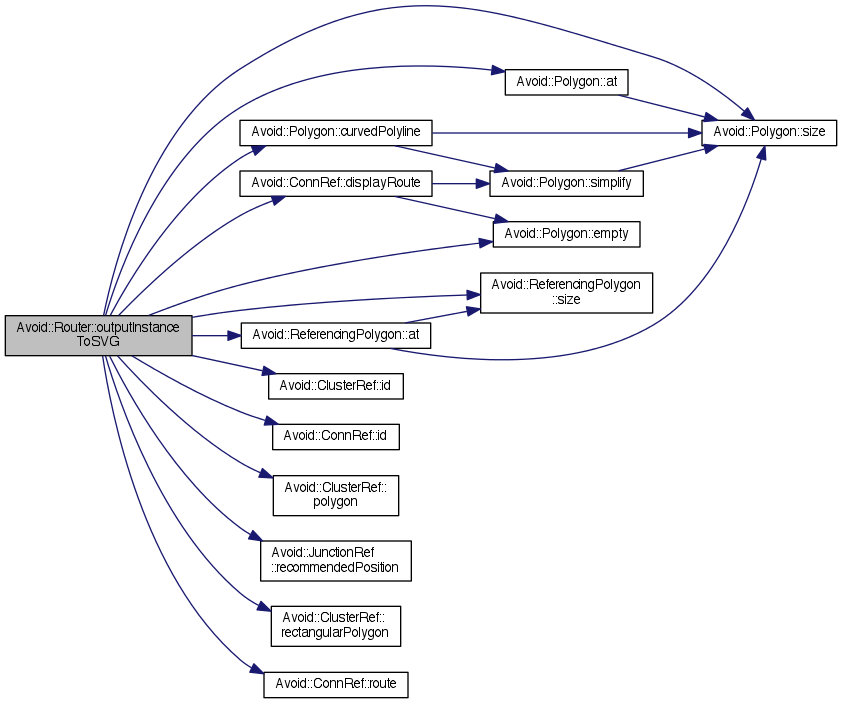
mjwybrow/adaptagrams keeps this Graphviz diagram as documentation/classAvoid_1_1Router_a458aae2d6447e0958e4916a8c29bbb47_cgraph.png. Above is the earlier version. Its source is kept beside it as documentation/classAvoid_1_1Router_a458aae2d6447e0958e4916a8c29bbb47_cgraph.dot. Source of this version:
```dot
digraph "Avoid::Router::outputInstanceToSVG"
{
  edge [fontname="Helvetica",fontsize="10",labelfontname="Helvetica",labelfontsize="10"];
  node [fontname="Helvetica",fontsize="10",shape=record];
  rankdir="LR";
  Node1 [label="Avoid::Router::outputInstance\lToSVG",height=0.2,width=0.4,color="black", fillcolor="grey75", style="filled" fontcolor="black"];
  Node1 -> Node2 [color="midnightblue",fontsize="10",style="solid",fontname="Helvetica"];
  Node2 [label="Avoid::Polygon::at",height=0.2,width=0.4,color="black", fillcolor="white", style="filled",URL="$classAvoid_1_1Polygon.html#a4980ff614840f746cc539a021128fc96",tooltip="Returns a specific point in the polygon."];
  Node2 -> Node3 [color="midnightblue",fontsize="10",style="solid",fontname="Helvetica"];
  Node3 [label="Avoid::Polygon::size",height=0.2,width=0.4,color="black", fillcolor="white", style="filled",URL="$classAvoid_1_1Polygon.html#a58c011bded47396fb1bbda2c1eeb9552",tooltip="Returns the number of points in this polygon."];
  Node1 -> Node4 [color="midnightblue",fontsize="10",style="solid",fontname="Helvetica"];
  Node4 [label="Avoid::ReferencingPolygon::at",height=0.2,width=0.4,color="black", fillcolor="white", style="filled",URL="$classAvoid_1_1ReferencingPolygon.html#a908d6fc6a1af577e7ab28be440329747",tooltip="Returns a specific point in the polygon."];
  Node4 -> Node3 [color="midnightblue",fontsize="10",style="solid",fontname="Helvetica"];
  Node4 -> Node5 [color="midnightblue",fontsize="10",style="solid",fontname="Helvetica"];
  Node5 [label="Avoid::ReferencingPolygon\l::size",height=0.2,width=0.4,color="black", fillcolor="white", style="filled",URL="$classAvoid_1_1ReferencingPolygon.html#af76ac706afca60dbef6d0bc2b69d8276",tooltip="Returns the number of points in this polygon."];
  Node1 -> Node6 [color="midnightblue",fontsize="10",style="solid",fontname="Helvetica"];
  Node6 [label="Avoid::Polygon::curvedPolyline",height=0.2,width=0.4,color="black", fillcolor="white", style="filled",URL="$classAvoid_1_1Polygon.html#a37c1371329c57705b74e8b557ca102ff",tooltip="Returns a curved approximation of this multi-segment PolyLine, with the corners replaced by smooth Be..."];
  Node6 -> Node7 [color="midnightblue",fontsize="10",style="solid",fontname="Helvetica"];
  Node7 [label="Avoid::Polygon::simplify",height=0.2,width=0.4,color="black", fillcolor="white", style="filled",URL="$classAvoid_1_1Polygon.html#a92f6c7f6bd7c144d408fe18a1b711bf3",tooltip="Returns a simplified Polyline, where all collinear line segments have been collapsed down into single..."];
  Node7 -> Node3 [color="midnightblue",fontsize="10",style="solid",fontname="Helvetica"];
  Node6 -> Node3 [color="midnightblue",fontsize="10",style="solid",fontname="Helvetica"];
  Node1 -> Node8 [color="midnightblue",fontsize="10",style="solid",fontname="Helvetica"];
  Node8 [label="Avoid::ConnRef::displayRoute",height=0.2,width=0.4,color="black", fillcolor="white", style="filled",URL="$classAvoid_1_1ConnRef.html#ab7462cd69bd1d2c4dd318119558b4a94",tooltip="Returns a reference to the current display version of the route for the connector."];
  Node8 -> Node9 [color="midnightblue",fontsize="10",style="solid",fontname="Helvetica"];
  Node9 [label="Avoid::Polygon::empty",height=0.2,width=0.4,color="black", fillcolor="white", style="filled",URL="$classAvoid_1_1Polygon.html#a972b0d1e8116907610b4a52973b255f4",tooltip="Returns true if this polygon is empty."];
  Node8 -> Node7 [color="midnightblue",fontsize="10",style="solid",fontname="Helvetica"];
  Node1 -> Node9 [color="midnightblue",fontsize="10",style="solid",fontname="Helvetica"];
  Node1 -> Node10 [color="midnightblue",fontsize="10",style="solid",fontname="Helvetica"];
  Node10 [label="Avoid::ClusterRef::id",height=0.2,width=0.4,color="black", fillcolor="white", style="filled",URL="$classAvoid_1_1ClusterRef.html#a3fa6590dec9dbd8ef8ca581ab6c2416f",tooltip="Returns the ID of this cluster."];
  Node1 -> Node11 [color="midnightblue",fontsize="10",style="solid",fontname="Helvetica"];
  Node11 [label="Avoid::ConnRef::id",height=0.2,width=0.4,color="black", fillcolor="white", style="filled",URL="$classAvoid_1_1ConnRef.html#a2bc4552e6d1b80c9ec38a971efb0d378",tooltip="Returns the ID of this connector."];
  Node1 -> Node12 [color="midnightblue",fontsize="10",style="solid",fontname="Helvetica"];
  Node12 [label="Avoid::ClusterRef::\lpolygon",height=0.2,width=0.4,color="black", fillcolor="white", style="filled",URL="$classAvoid_1_1ClusterRef.html#acd1fa20b079253d53d27abf50d2a8933",tooltip="Returns a reference to the polygon boundary of this cluster."];
  Node1 -> Node13 [color="midnightblue",fontsize="10",style="solid",fontname="Helvetica"];
  Node13 [label="Avoid::JunctionRef\l::recommendedPosition",height=0.2,width=0.4,color="black", fillcolor="white", style="filled",URL="$classAvoid_1_1JunctionRef.html#a404276b4132c4d21058f9b7220021124",tooltip="Returns a recommended position for the junction based on improving hyperedge routes. This value will be set during routing when the improveHyperedgeRoutesMovingJunctions router option is set (the default)."];
  Node1 -> Node14 [color="midnightblue",fontsize="10",style="solid",fontname="Helvetica"];
  Node14 [label="Avoid::ClusterRef::\lrectangularPolygon",height=0.2,width=0.4,color="black", fillcolor="white", style="filled",URL="$classAvoid_1_1ClusterRef.html#af7877b59ea4cb2939047f785382f8008",tooltip="Returns a reference to the rectangular boundary of this cluster."];
  Node1 -> Node15 [color="midnightblue",fontsize="10",style="solid",fontname="Helvetica"];
  Node15 [label="Avoid::ConnRef::route",height=0.2,width=0.4,color="black", fillcolor="white", style="filled",URL="$classAvoid_1_1ConnRef.html#a98f24407bc92dd5a28e7c9d60d28d38b",tooltip="Returns a reference to the current route for the connector."];
  Node1 -> Node3 [color="midnightblue",fontsize="10",style="solid",fontname="Helvetica"];
  Node1 -> Node5 [color="midnightblue",fontsize="10",style="solid",fontname="Helvetica"];
}
```
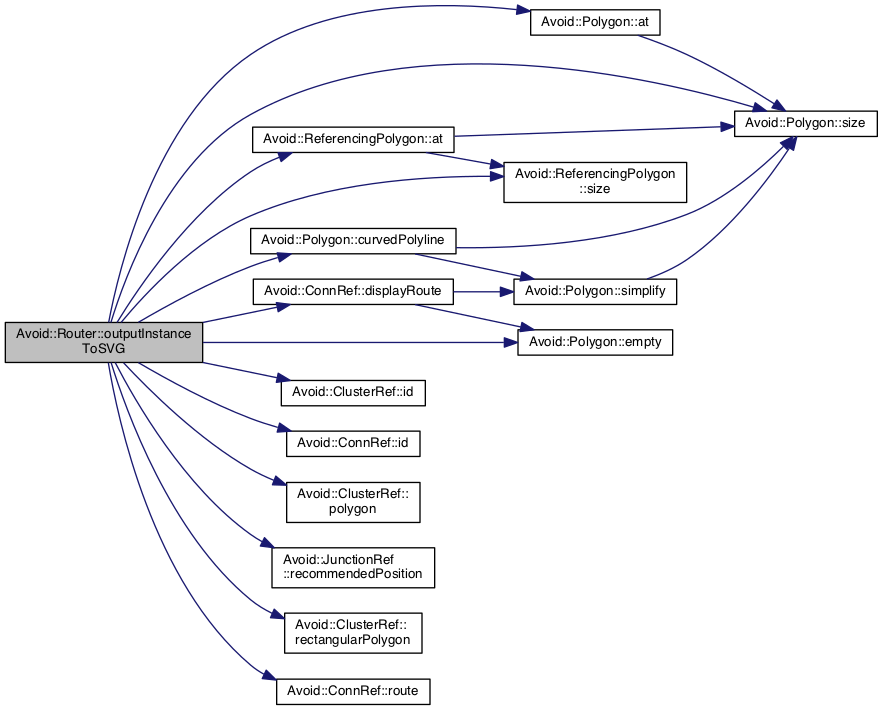
The same file after the commit.

What changed in the source:
```diff
@@ -3,16 +3,16 @@
   edge [fontname="Helvetica",fontsize="10",labelfontname="Helvetica",labelfontsize="10"];
   node [fontname="Helvetica",fontsize="10",shape=record];
   rankdir="LR";
-  Node1 [label="Avoid::Router::outputInstance\lToSVG",height=0.2,width=0.4,color="black", fillcolor="grey75", style="filled" fontcolor="black"];
+  Node1 [label="Avoid::Router::outputInstance\lToSVG",height=0.2,width=0.4,color="black", fillcolor="grey75", style="filled", fontcolor="black"];
   Node1 -> Node2 [color="midnightblue",fontsize="10",style="solid",fontname="Helvetica"];
-  Node2 [label="Avoid::Polygon::at",height=0.2,width=0.4,color="black", fillcolor="white", style="filled",URL="$classAvoid_1_1Polygon.html#a4980ff614840f746cc539a021128fc96",tooltip="Returns a specific point in the polygon."];
+  Node2 [label="Avoid::Polygon::at",height=0.2,width=0.4,color="black", fillcolor="white", style="filled",URL="$classAvoid_1_1Polygon.html#a4980ff614840f746cc539a021128fc96",tooltip="Returns a specific point in the polygon. "];
   Node2 -> Node3 [color="midnightblue",fontsize="10",style="solid",fontname="Helvetica"];
-  Node3 [label="Avoid::Polygon::size",height=0.2,width=0.4,color="black", fillcolor="white", style="filled",URL="$classAvoid_1_1Polygon.html#a58c011bded47396fb1bbda2c1eeb9552",tooltip="Returns the number of points in this polygon."];
+  Node3 [label="Avoid::Polygon::size",height=0.2,width=0.4,color="black", fillcolor="white", style="filled",URL="$classAvoid_1_1Polygon.html#a58c011bded47396fb1bbda2c1eeb9552",tooltip="Returns the number of points in this polygon. "];
   Node1 -> Node4 [color="midnightblue",fontsize="10",style="solid",fontname="Helvetica"];
-  Node4 [label="Avoid::ReferencingPolygon::at",height=0.2,width=0.4,color="black", fillcolor="white", style="filled",URL="$classAvoid_1_1ReferencingPolygon.html#a908d6fc6a1af577e7ab28be440329747",tooltip="Returns a specific point in the polygon."];
+  Node4 [label="Avoid::ReferencingPolygon::at",height=0.2,width=0.4,color="black", fillcolor="white", style="filled",URL="$classAvoid_1_1ReferencingPolygon.html#a908d6fc6a1af577e7ab28be440329747",tooltip="Returns a specific point in the polygon. "];
   Node4 -> Node3 [color="midnightblue",fontsize="10",style="solid",fontname="Helvetica"];
   Node4 -> Node5 [color="midnightblue",fontsize="10",style="solid",fontname="Helvetica"];
-  Node5 [label="Avoid::ReferencingPolygon\l::size",height=0.2,width=0.4,color="black", fillcolor="white", style="filled",URL="$classAvoid_1_1ReferencingPolygon.html#af76ac706afca60dbef6d0bc2b69d8276",tooltip="Returns the number of points in this polygon."];
+  Node5 [label="Avoid::ReferencingPolygon\l::size",height=0.2,width=0.4,color="black", fillcolor="white", style="filled",URL="$classAvoid_1_1ReferencingPolygon.html#af76ac706afca60dbef6d0bc2b69d8276",tooltip="Returns the number of points in this polygon. "];
   Node1 -> Node6 [color="midnightblue",fontsize="10",style="solid",fontname="Helvetica"];
   Node6 [label="Avoid::Polygon::curvedPolyline",height=0.2,width=0.4,color="black", fillcolor="white", style="filled",URL="$classAvoid_1_1Polygon.html#a37c1371329c57705b74e8b557ca102ff",tooltip="Returns a curved approximation of this multi-segment PolyLine, with the corners replaced by smooth Be..."];
   Node6 -> Node7 [color="midnightblue",fontsize="10",style="solid",fontname="Helvetica"];
@@ -20,23 +20,23 @@
   Node7 -> Node3 [color="midnightblue",fontsize="10",style="solid",fontname="Helvetica"];
   Node6 -> Node3 [color="midnightblue",fontsize="10",style="solid",fontname="Helvetica"];
   Node1 -> Node8 [color="midnightblue",fontsize="10",style="solid",fontname="Helvetica"];
-  Node8 [label="Avoid::ConnRef::displayRoute",height=0.2,width=0.4,color="black", fillcolor="white", style="filled",URL="$classAvoid_1_1ConnRef.html#ab7462cd69bd1d2c4dd318119558b4a94",tooltip="Returns a reference to the current display version of the route for the connector."];
+  Node8 [label="Avoid::ConnRef::displayRoute",height=0.2,width=0.4,color="black", fillcolor="white", style="filled",URL="$classAvoid_1_1ConnRef.html#ab7462cd69bd1d2c4dd318119558b4a94",tooltip="Returns a reference to the current display version of the route for the connector. "];
   Node8 -> Node9 [color="midnightblue",fontsize="10",style="solid",fontname="Helvetica"];
-  Node9 [label="Avoid::Polygon::empty",height=0.2,width=0.4,color="black", fillcolor="white", style="filled",URL="$classAvoid_1_1Polygon.html#a972b0d1e8116907610b4a52973b255f4",tooltip="Returns true if this polygon is empty."];
+  Node9 [label="Avoid::Polygon::empty",height=0.2,width=0.4,color="black", fillcolor="white", style="filled",URL="$classAvoid_1_1Polygon.html#a972b0d1e8116907610b4a52973b255f4",tooltip="Returns true if this polygon is empty. "];
   Node8 -> Node7 [color="midnightblue",fontsize="10",style="solid",fontname="Helvetica"];
   Node1 -> Node9 [color="midnightblue",fontsize="10",style="solid",fontname="Helvetica"];
   Node1 -> Node10 [color="midnightblue",fontsize="10",style="solid",fontname="Helvetica"];
-  Node10 [label="Avoid::ClusterRef::id",height=0.2,width=0.4,color="black", fillcolor="white", style="filled",URL="$classAvoid_1_1ClusterRef.html#a3fa6590dec9dbd8ef8ca581ab6c2416f",tooltip="Returns the ID of this cluster."];
+  Node10 [label="Avoid::ClusterRef::id",height=0.2,width=0.4,color="black", fillcolor="white", style="filled",URL="$classAvoid_1_1ClusterRef.html#a3fa6590dec9dbd8ef8ca581ab6c2416f",tooltip="Returns the ID of this cluster. "];
   Node1 -> Node11 [color="midnightblue",fontsize="10",style="solid",fontname="Helvetica"];
-  Node11 [label="Avoid::ConnRef::id",height=0.2,width=0.4,color="black", fillcolor="white", style="filled",URL="$classAvoid_1_1ConnRef.html#a2bc4552e6d1b80c9ec38a971efb0d378",tooltip="Returns the ID of this connector."];
+  Node11 [label="Avoid::ConnRef::id",height=0.2,width=0.4,color="black", fillcolor="white", style="filled",URL="$classAvoid_1_1ConnRef.html#a2bc4552e6d1b80c9ec38a971efb0d378",tooltip="Returns the ID of this connector. "];
   Node1 -> Node12 [color="midnightblue",fontsize="10",style="solid",fontname="Helvetica"];
-  Node12 [label="Avoid::ClusterRef::\lpolygon",height=0.2,width=0.4,color="black", fillcolor="white", style="filled",URL="$classAvoid_1_1ClusterRef.html#acd1fa20b079253d53d27abf50d2a8933",tooltip="Returns a reference to the polygon boundary of this cluster."];
+  Node12 [label="Avoid::ClusterRef::\lpolygon",height=0.2,width=0.4,color="black", fillcolor="white", style="filled",URL="$classAvoid_1_1ClusterRef.html#acd1fa20b079253d53d27abf50d2a8933",tooltip="Returns a reference to the polygon boundary of this cluster. "];
   Node1 -> Node13 [color="midnightblue",fontsize="10",style="solid",fontname="Helvetica"];
-  Node13 [label="Avoid::JunctionRef\l::recommendedPosition",height=0.2,width=0.4,color="black", fillcolor="white", style="filled",URL="$classAvoid_1_1JunctionRef.html#a404276b4132c4d21058f9b7220021124",tooltip="Returns a recommended position for the junction based on improving hyperedge routes. This value will be set during routing when the improveHyperedgeRoutesMovingJunctions router option is set (the default)."];
+  Node13 [label="Avoid::JunctionRef\l::recommendedPosition",height=0.2,width=0.4,color="black", fillcolor="white", style="filled",URL="$classAvoid_1_1JunctionRef.html#a404276b4132c4d21058f9b7220021124",tooltip="Returns a recommended position for the junction based on improving hyperedge routes. This value will be set during routing when the improveHyperedgeRoutesMovingJunctions router option is set (the default). "];
   Node1 -> Node14 [color="midnightblue",fontsize="10",style="solid",fontname="Helvetica"];
-  Node14 [label="Avoid::ClusterRef::\lrectangularPolygon",height=0.2,width=0.4,color="black", fillcolor="white", style="filled",URL="$classAvoid_1_1ClusterRef.html#af7877b59ea4cb2939047f785382f8008",tooltip="Returns a reference to the rectangular boundary of this cluster."];
+  Node14 [label="Avoid::ClusterRef::\lrectangularPolygon",height=0.2,width=0.4,color="black", fillcolor="white", style="filled",URL="$classAvoid_1_1ClusterRef.html#af7877b59ea4cb2939047f785382f8008",tooltip="Returns a reference to the rectangular boundary of this cluster. "];
   Node1 -> Node15 [color="midnightblue",fontsize="10",style="solid",fontname="Helvetica"];
-  Node15 [label="Avoid::ConnRef::route",height=0.2,width=0.4,color="black", fillcolor="white", style="filled",URL="$classAvoid_1_1ConnRef.html#a98f24407bc92dd5a28e7c9d60d28d38b",tooltip="Returns a reference to the current route for the connector."];
+  Node15 [label="Avoid::ConnRef::route",height=0.2,width=0.4,color="black", fillcolor="white", style="filled",URL="$classAvoid_1_1ConnRef.html#a98f24407bc92dd5a28e7c9d60d28d38b",tooltip="Returns a reference to the current route for the connector. "];
   Node1 -> Node3 [color="midnightblue",fontsize="10",style="solid",fontname="Helvetica"];
   Node1 -> Node5 [color="midnightblue",fontsize="10",style="solid",fontname="Helvetica"];
 }
```
